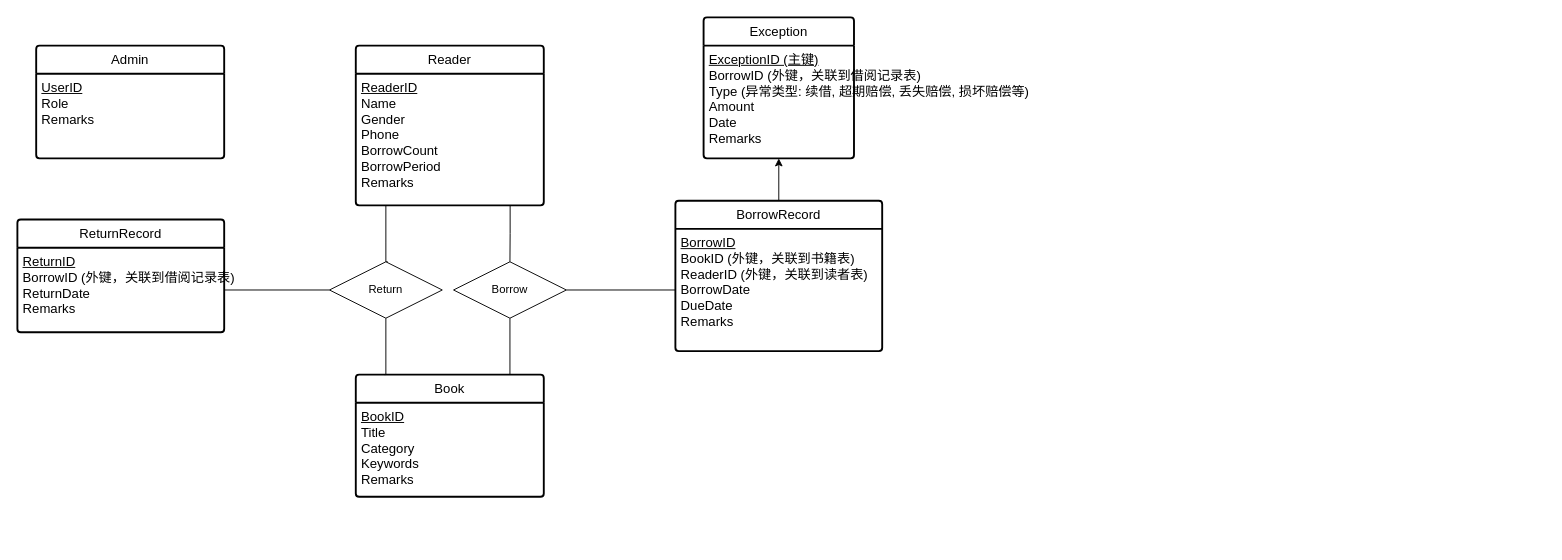
Earlier version of the draw.io diagram MyLearnings/Database/exp3_database_erd.drawio (ICONQUESTION/ICONQUESTION). Source tidied: cells renumbered, new cells numbered last; positions are measured from the earlier drawing's top-left corner, leaving out a move shared by most shapes. Both pictures are drawn from the tidied source at 94%, with x=0, y=0 at pixel (17, 17).
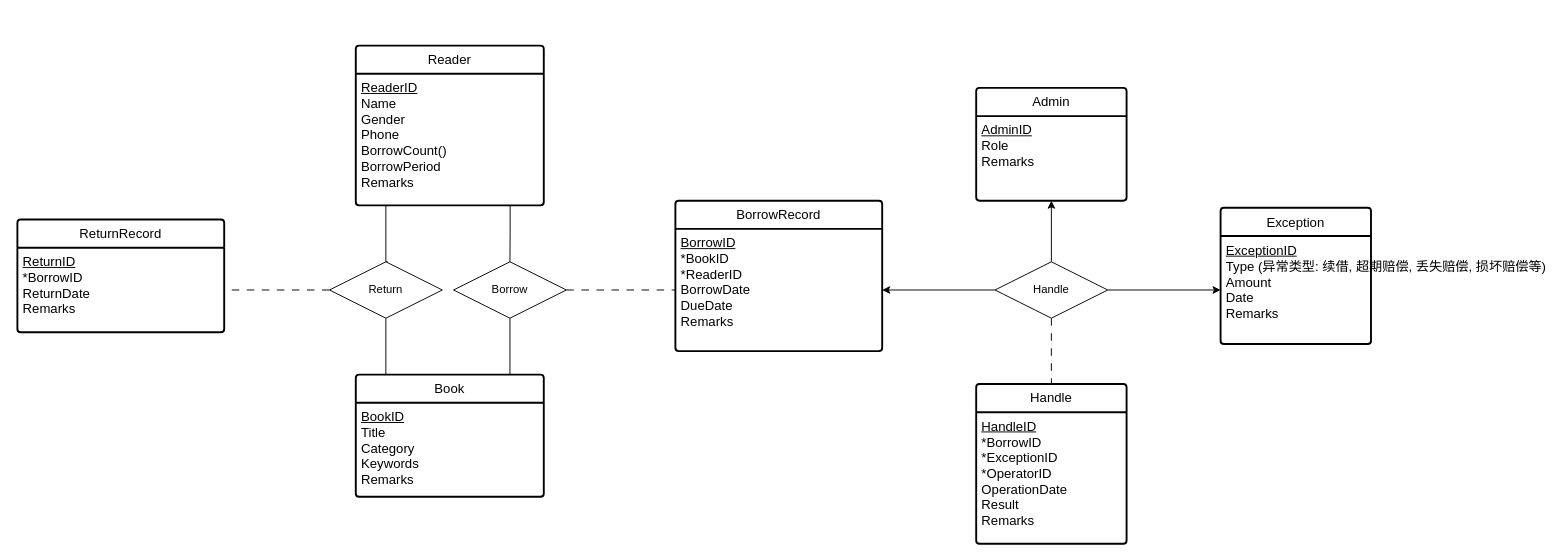
After the change.

The change refers to these unchanged cells:
```xml
<mxCell id="3" value="Reader" style="swimlane;horizontal=1;startSize=30;rounded=1;fontSize=14;fontStyle=0;strokeWidth=2;shadow=0;dashed=0;align=center;arcSize=4;whiteSpace=wrap;html=1;swimlaneLine=1;" parent="1" vertex="1">
  <mxGeometry x="360" y="30" width="200" height="170" as="geometry" />
</mxCell>
<mxCell id="8" value="Borrow" style="shape=rhombus;perimeter=rhombusPerimeter;whiteSpace=wrap;html=1;align=center;" parent="1" vertex="1">
  <mxGeometry x="464" y="260" width="120" height="60" as="geometry" />
</mxCell>
<mxCell id="12" value="BorrowRecord" style="swimlane;horizontal=1;startSize=30;rounded=1;fontSize=14;fontStyle=0;strokeWidth=2;shadow=0;dashed=0;align=center;arcSize=4;whiteSpace=wrap;html=1;" parent="1" vertex="1">
  <mxGeometry x="700" y="195" width="220" height="160" as="geometry" />
</mxCell>
<mxCell id="14" value="ReturnRecord" style="swimlane;horizontal=1;startSize=30;rounded=1;fontSize=14;fontStyle=0;strokeWidth=2;shadow=0;dashed=0;align=center;arcSize=4;whiteSpace=wrap;html=1;" parent="1" vertex="1">
  <mxGeometry y="215" width="220" height="120" as="geometry" />
</mxCell>
<mxCell id="20" value="Return" style="shape=rhombus;perimeter=rhombusPerimeter;whiteSpace=wrap;html=1;align=center;" parent="1" vertex="1">
  <mxGeometry x="332" y="260" width="120" height="60" as="geometry" />
</mxCell>
```

Change to the diagram source:
```diff
@@
-    <mxCell id="2" style="edgeStyle=orthogonalEdgeStyle;rounded=0;jettySize=auto;html=1;exitX=0.5;exitY=0;exitDx=0;exitDy=0;" parent="1" edge="1" source="12" target="17">
-      <mxGeometry relative="1" as="geometry" />
-    </mxCell>
@@
-    <mxCell id="4" value="&lt;div&gt;&lt;span style=&quot;font-size: 14px;&quot;&gt;&lt;u&gt;ReaderID&lt;/u&gt;&lt;/span&gt;&lt;/div&gt;&lt;div&gt;&lt;span style=&quot;font-size: 14px;&quot;&gt;Name&lt;/span&gt;&lt;/div&gt;&lt;div&gt;&lt;span style=&quot;font-size: 14px;&quot;&gt;Gender&lt;/span&gt;&lt;/div&gt;&lt;div&gt;&lt;span style=&quot;font-size: 14px;&quot;&gt;Phone&lt;/span&gt;&lt;/div&gt;&lt;div&gt;&lt;span style=&quot;font-size: 14px;&quot;&gt;BorrowCount&lt;/span&gt;&lt;/div&gt;&lt;div&gt;&lt;span style=&quot;font-size: 14px;&quot;&gt;BorrowPeriod&lt;/span&gt;&lt;/div&gt;&lt;div&gt;&lt;span style=&quot;font-size: 14px;&quot;&gt;Remarks&lt;/span&gt;&lt;/div&gt;" style="align=left;strokeColor=none;fillColor=none;spacingLeft=4;fontSize=12;verticalAlign=top;html=1;" parent="3" vertex="1">
+    <mxCell id="4" value="&lt;div&gt;&lt;span style=&quot;font-size: 14px;&quot;&gt;&lt;u&gt;ReaderID&lt;/u&gt;&lt;/span&gt;&lt;/div&gt;&lt;div&gt;&lt;span style=&quot;font-size: 14px;&quot;&gt;Name&lt;/span&gt;&lt;/div&gt;&lt;div&gt;&lt;span style=&quot;font-size: 14px;&quot;&gt;Gender&lt;/span&gt;&lt;/div&gt;&lt;div&gt;&lt;span style=&quot;font-size: 14px;&quot;&gt;Phone&lt;/span&gt;&lt;/div&gt;&lt;div&gt;&lt;span style=&quot;font-size: 14px;&quot;&gt;BorrowCount()&lt;/span&gt;&lt;/div&gt;&lt;div&gt;&lt;span style=&quot;font-size: 14px;&quot;&gt;BorrowPeriod&lt;/span&gt;&lt;/div&gt;&lt;div&gt;&lt;span style=&quot;font-size: 14px;&quot;&gt;Remarks&lt;/span&gt;&lt;/div&gt;" style="align=left;strokeColor=none;fillColor=none;spacingLeft=4;fontSize=12;verticalAlign=top;html=1;" parent="3" vertex="1">
       <mxGeometry y="30" width="200" height="140" as="geometry" />
     </mxCell>
@@
-    <mxCell id="6" style="edgeStyle=orthogonalEdgeStyle;rounded=0;jettySize=auto;html=1;endArrow=none;endFill=0;" parent="1" edge="1" source="8" target="13">
+    <mxCell id="6" style="edgeStyle=orthogonalEdgeStyle;rounded=0;jettySize=auto;html=1;endArrow=none;endFill=0;dashed=1;dashPattern=8 8;" parent="1" edge="1" source="8" target="13">
       <mxGeometry relative="1" as="geometry" />
     </mxCell>
-    <mxCell id="7" style="edgeStyle=orthogonalEdgeStyle;rounded=0;jettySize=auto;html=1;endArrow=none;endFill=0;" parent="1" edge="1" source="20" target="15">
+    <mxCell id="7" style="edgeStyle=orthogonalEdgeStyle;rounded=0;jettySize=auto;html=1;endArrow=none;endFill=0;dashed=1;dashPattern=8 8;" parent="1" edge="1" source="20" target="15">
       <mxGeometry relative="1" as="geometry" />
     </mxCell>
@@
-    <mxCell id="13" value="&lt;div&gt;&lt;div&gt;&lt;span style=&quot;font-size: 14px;&quot;&gt;&lt;u&gt;BorrowID&lt;/u&gt;&lt;/span&gt;&lt;/div&gt;&lt;div&gt;&lt;span style=&quot;font-size: 14px;&quot;&gt;BookID (外键，关联到书籍表)&lt;/span&gt;&lt;/div&gt;&lt;div&gt;&lt;span style=&quot;font-size: 14px;&quot;&gt;ReaderID (外键，关联到读者表)&lt;/span&gt;&lt;/div&gt;&lt;div&gt;&lt;span style=&quot;font-size: 14px;&quot;&gt;BorrowDate&lt;/span&gt;&lt;/div&gt;&lt;div&gt;&lt;span style=&quot;font-size: 14px;&quot;&gt;DueDate&lt;/span&gt;&lt;/div&gt;&lt;div&gt;&lt;span style=&quot;font-size: 14px;&quot;&gt;Remarks&lt;/span&gt;&lt;/div&gt;&lt;/div&gt;" style="align=left;strokeColor=none;fillColor=none;spacingLeft=4;fontSize=12;verticalAlign=top;html=1;" parent="12" vertex="1">
+    <mxCell id="13" value="&lt;div&gt;&lt;div&gt;&lt;span style=&quot;font-size: 14px;&quot;&gt;&lt;u&gt;BorrowID&lt;/u&gt;&lt;/span&gt;&lt;/div&gt;&lt;div&gt;&lt;span style=&quot;font-size: 14px;&quot;&gt;*BookID&lt;/span&gt;&lt;/div&gt;&lt;div&gt;&lt;span style=&quot;font-size: 14px;&quot;&gt;*ReaderID&lt;/span&gt;&lt;/div&gt;&lt;div&gt;&lt;span style=&quot;font-size: 14px;&quot;&gt;BorrowDate&lt;/span&gt;&lt;/div&gt;&lt;div&gt;&lt;span style=&quot;font-size: 14px;&quot;&gt;DueDate&lt;/span&gt;&lt;/div&gt;&lt;div&gt;&lt;span style=&quot;font-size: 14px;&quot;&gt;Remarks&lt;/span&gt;&lt;/div&gt;&lt;/div&gt;" style="align=left;strokeColor=none;fillColor=none;spacingLeft=4;fontSize=12;verticalAlign=top;html=1;" parent="12" vertex="1">
       <mxGeometry y="30" width="220" height="130" as="geometry" />
     </mxCell>
@@
-    <mxCell id="15" value="&lt;div&gt;&lt;span style=&quot;font-size: 14px;&quot;&gt;&lt;u&gt;ReturnID&lt;/u&gt;&lt;/span&gt;&lt;/div&gt;&lt;div&gt;&lt;span style=&quot;font-size: 14px;&quot;&gt;BorrowID (外键，关联到借阅记录表)&lt;/span&gt;&lt;/div&gt;&lt;div&gt;&lt;span style=&quot;font-size: 14px;&quot;&gt;ReturnDate&lt;/span&gt;&lt;/div&gt;&lt;div&gt;&lt;span style=&quot;font-size: 14px;&quot;&gt;Remarks&lt;/span&gt;&lt;/div&gt;&lt;div&gt;&lt;br&gt;&lt;/div&gt;" style="align=left;strokeColor=none;fillColor=none;spacingLeft=4;fontSize=12;verticalAlign=top;html=1;" parent="14" vertex="1">
+    <mxCell id="15" value="&lt;div&gt;&lt;span style=&quot;font-size: 14px;&quot;&gt;&lt;u&gt;ReturnID&lt;/u&gt;&lt;/span&gt;&lt;/div&gt;&lt;div&gt;&lt;span style=&quot;font-size: 14px;&quot;&gt;*BorrowID&lt;/span&gt;&lt;/div&gt;&lt;div&gt;&lt;span style=&quot;font-size: 14px;&quot;&gt;ReturnDate&lt;/span&gt;&lt;/div&gt;&lt;div&gt;&lt;span style=&quot;font-size: 14px;&quot;&gt;Remarks&lt;/span&gt;&lt;/div&gt;&lt;div&gt;&lt;br&gt;&lt;/div&gt;" style="align=left;strokeColor=none;fillColor=none;spacingLeft=4;fontSize=12;verticalAlign=top;html=1;" parent="14" vertex="1">
       <mxGeometry y="30" width="220" height="90" as="geometry" />
     </mxCell>
     <mxCell id="16" value="Exception" style="swimlane;horizontal=1;startSize=30;rounded=1;fontSize=14;fontStyle=0;strokeWidth=2;shadow=0;dashed=0;align=center;arcSize=4;whiteSpace=wrap;html=1;" parent="1" vertex="1">
-      <mxGeometry x="730" width="160" height="150" as="geometry" />
+      <mxGeometry x="1280" y="202.5" width="160" height="145" as="geometry" />
     </mxCell>
-    <mxCell id="17" value="&lt;div&gt;&lt;div&gt;&lt;font style=&quot;font-size: 14px;&quot;&gt;&lt;u&gt;ExceptionID (主键)&lt;/u&gt;&lt;/font&gt;&lt;/div&gt;&lt;div&gt;&lt;font style=&quot;font-size: 14px;&quot;&gt;BorrowID (外键，关联到借阅记录表)&lt;/font&gt;&lt;/div&gt;&lt;div&gt;&lt;font style=&quot;font-size: 14px;&quot;&gt;Type (异常类型: 续借, 超期赔偿, 丢失赔偿, 损坏赔偿等)&lt;/font&gt;&lt;/div&gt;&lt;div&gt;&lt;font style=&quot;font-size: 14px;&quot;&gt;Amount&lt;/font&gt;&lt;/div&gt;&lt;div&gt;&lt;font style=&quot;font-size: 14px;&quot;&gt;Date&lt;/font&gt;&lt;/div&gt;&lt;div&gt;&lt;font style=&quot;font-size: 14px;&quot;&gt;Remarks&lt;/font&gt;&lt;/div&gt;&lt;/div&gt;&lt;div&gt;&lt;br&gt;&lt;/div&gt;&lt;div&gt;&lt;br&gt;&lt;/div&gt;" style="align=left;strokeColor=none;fillColor=none;spacingLeft=4;fontSize=12;verticalAlign=top;html=1;" parent="16" vertex="1">
-      <mxGeometry y="30" width="160" height="120" as="geometry" />
+    <mxCell id="17" value="&lt;div&gt;&lt;div&gt;&lt;font style=&quot;font-size: 14px;&quot;&gt;&lt;u&gt;ExceptionID&lt;/u&gt;&lt;/font&gt;&lt;/div&gt;&lt;div&gt;&lt;font style=&quot;font-size: 14px;&quot;&gt;Type (异常类型: 续借, 超期赔偿, 丢失赔偿, 损坏赔偿等)&lt;/font&gt;&lt;/div&gt;&lt;div&gt;&lt;font style=&quot;font-size: 14px;&quot;&gt;Amount&lt;/font&gt;&lt;/div&gt;&lt;div&gt;&lt;font style=&quot;font-size: 14px;&quot;&gt;Date&lt;/font&gt;&lt;/div&gt;&lt;div&gt;&lt;font style=&quot;font-size: 14px;&quot;&gt;Remarks&lt;/font&gt;&lt;/div&gt;&lt;/div&gt;&lt;div&gt;&lt;br&gt;&lt;/div&gt;" style="align=left;strokeColor=none;fillColor=none;spacingLeft=4;fontSize=12;verticalAlign=top;html=1;" parent="16" vertex="1">
+      <mxGeometry y="30" width="160" height="115" as="geometry" />
     </mxCell>
@@
     <mxCell id="21" value="Admin" style="swimlane;horizontal=1;startSize=30;rounded=1;fontSize=14;fontStyle=0;strokeWidth=2;shadow=0;dashed=0;align=center;arcSize=4;whiteSpace=wrap;html=1;" parent="1" vertex="1">
-      <mxGeometry x="20" y="30" width="200" height="120" as="geometry" />
+      <mxGeometry x="1020" y="75" width="160" height="120" as="geometry" />
     </mxCell>
-    <mxCell id="22" value="&lt;div&gt;&lt;font style=&quot;font-size: 14px;&quot;&gt;&lt;u&gt;UserID&lt;/u&gt;&lt;/font&gt;&lt;/div&gt;&lt;div&gt;&lt;font style=&quot;font-size: 14px;&quot;&gt;Role&lt;/font&gt;&lt;/div&gt;&lt;div&gt;&lt;font style=&quot;font-size: 14px;&quot;&gt;Remarks&lt;/font&gt;&lt;/div&gt;" style="align=left;strokeColor=none;fillColor=none;spacingLeft=4;fontSize=12;verticalAlign=top;html=1;" parent="21" vertex="1">
-      <mxGeometry y="30" width="200" height="90" as="geometry" />
+    <mxCell id="22" value="&lt;div&gt;&lt;font style=&quot;font-size: 14px;&quot;&gt;&lt;u&gt;AdminID&lt;/u&gt;&lt;/font&gt;&lt;/div&gt;&lt;div&gt;&lt;font style=&quot;font-size: 14px;&quot;&gt;Role&lt;/font&gt;&lt;/div&gt;&lt;div&gt;&lt;font style=&quot;font-size: 14px;&quot;&gt;Remarks&lt;/font&gt;&lt;/div&gt;" style="align=left;strokeColor=none;fillColor=none;spacingLeft=4;fontSize=12;verticalAlign=top;html=1;" parent="21" vertex="1">
+      <mxGeometry y="30" width="160" height="90" as="geometry" />
     </mxCell>
+    <mxCell id="23" style="edgeStyle=orthogonalEdgeStyle;rounded=0;jettySize=auto;html=1;entryX=1;entryY=0.5;entryDx=0;entryDy=0;" parent="1" edge="1" source="27" target="13">
+      <mxGeometry relative="1" as="geometry" />
+    </mxCell>
+    <mxCell id="24" style="edgeStyle=orthogonalEdgeStyle;rounded=0;jettySize=auto;html=1;entryX=0.5;entryY=1;entryDx=0;entryDy=0;" parent="1" edge="1" source="27" target="22">
+      <mxGeometry relative="1" as="geometry" />
+    </mxCell>
+    <mxCell id="25" style="edgeStyle=orthogonalEdgeStyle;rounded=0;jettySize=auto;html=1;entryX=0;entryY=0.5;entryDx=0;entryDy=0;" parent="1" edge="1" source="27" target="17">
+      <mxGeometry relative="1" as="geometry" />
+    </mxCell>
+    <mxCell id="26" style="edgeStyle=orthogonalEdgeStyle;rounded=0;jettySize=auto;html=1;entryX=0.5;entryY=0;entryDx=0;entryDy=0;dashed=1;dashPattern=8 8;endArrow=none;endFill=0;" parent="1" edge="1" source="27" target="28">
+      <mxGeometry relative="1" as="geometry" />
+    </mxCell>
+    <mxCell id="27" value="Handle" style="shape=rhombus;perimeter=rhombusPerimeter;whiteSpace=wrap;html=1;align=center;" parent="1" vertex="1">
+      <mxGeometry x="1040" y="260" width="120" height="60" as="geometry" />
+    </mxCell>
+    <mxCell id="28" value="Handle" style="swimlane;horizontal=1;startSize=30;rounded=1;fontSize=14;fontStyle=0;strokeWidth=2;shadow=0;dashed=0;align=center;arcSize=4;whiteSpace=wrap;html=1;" parent="1" vertex="1">
+      <mxGeometry x="1020" y="390" width="160" height="170" as="geometry" />
+    </mxCell>
+    <mxCell id="29" value="&lt;div&gt;&lt;span style=&quot;font-size: 14px;&quot;&gt;&lt;u&gt;HandleID&lt;/u&gt;&lt;/span&gt;&lt;/div&gt;&lt;div&gt;&lt;span style=&quot;font-size: 14px;&quot;&gt;*BorrowID&lt;/span&gt;&lt;span style=&quot;font-size: 14px;&quot;&gt;&lt;u&gt;&lt;/u&gt;&lt;/span&gt;&lt;/div&gt;&lt;div&gt;&lt;span style=&quot;font-size: 14px;&quot;&gt;*ExceptionID&lt;/span&gt;&lt;/div&gt;&lt;div&gt;&lt;div&gt;&lt;font style=&quot;font-size: 14px;&quot;&gt;&lt;div style=&quot;font-size: 12px;&quot;&gt;&lt;span style=&quot;font-size: 14px;&quot;&gt;*OperatorID&lt;/span&gt;&lt;/div&gt;&lt;div style=&quot;font-size: 12px;&quot;&gt;&lt;span style=&quot;font-size: 14px;&quot;&gt;OperationDate&lt;/span&gt;&lt;/div&gt;&lt;/font&gt;&lt;/div&gt;&lt;div&gt;&lt;font style=&quot;font-size: 14px;&quot;&gt;Result&lt;/font&gt;&lt;/div&gt;&lt;/div&gt;&lt;div&gt;&lt;font style=&quot;font-size: 14px;&quot;&gt;Remarks&lt;/font&gt;&lt;/div&gt;" style="align=left;strokeColor=none;fillColor=none;spacingLeft=4;fontSize=12;verticalAlign=top;html=1;" parent="28" vertex="1">
+      <mxGeometry y="30" width="160" height="140" as="geometry" />
+    </mxCell>
```
